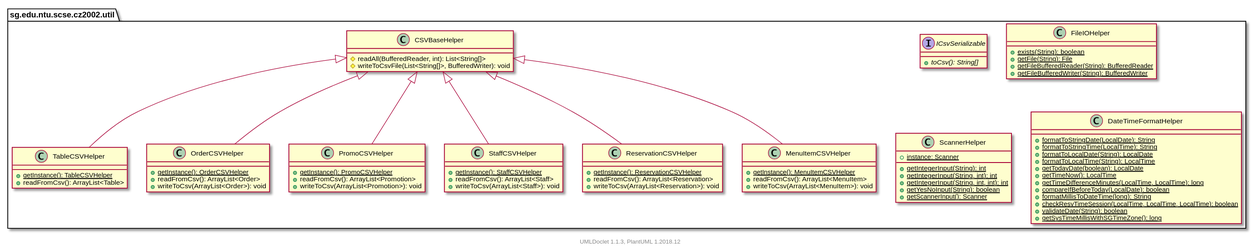
The PlantUML diagram projects/oodp/html/umlversion/uml/sg.edu.ntu.scse.cz2002.util.package.svg in itachi1706/How-to-use-Git-NTUSCSE1819-Site, before a commit.
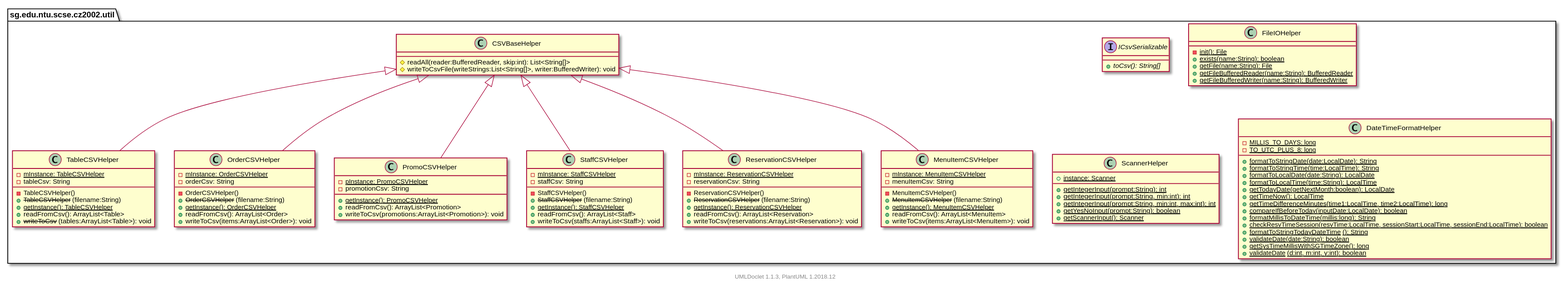
Later version of the same file.

Diff of the diagram source:
```diff
@@ -2,79 +2,107 @@
 
     namespace sg.edu.ntu.scse.cz2002.util {
 
-        class CSVBaseHelper {
-            #readAll(BufferedReader, int): List<String[]>
-            #writeToCsvFile(List<String[]>, BufferedWriter): void
+        class CSVBaseHelper [[../sg/edu/ntu/scse/cz2002/util/CSVBaseHelper.html]] {
+            #readAll(reader:BufferedReader, skip:int): List<String[]>
+            #writeToCsvFile(writeStrings:List<String[]>, writer:BufferedWriter): void
         }
 
-        class TableCSVHelper {
+        class TableCSVHelper [[../sg/edu/ntu/scse/cz2002/util/TableCSVHelper.html]] {
+            {static} -mInstance: TableCSVHelper
+            -tableCsv: String
+            -TableCSVHelper()
+            + --TableCSVHelper-- (filename:String)
             {static} +getInstance(): TableCSVHelper
             +readFromCsv(): ArrayList<Table>
+            + --writeToCsv-- (tables:ArrayList<Table>): void
         }
 
-        interface ICsvSerializable {
+        interface ICsvSerializable [[../sg/edu/ntu/scse/cz2002/util/ICsvSerializable.html]] {
             {abstract} +toCsv(): String[]
         }
 
-        class OrderCSVHelper {
+        class OrderCSVHelper [[../sg/edu/ntu/scse/cz2002/util/OrderCSVHelper.html]] {
+            {static} -mInstance: OrderCSVHelper
+            -orderCsv: String
+            -OrderCSVHelper()
+            + --OrderCSVHelper-- (filename:String)
             {static} +getInstance(): OrderCSVHelper
             +readFromCsv(): ArrayList<Order>
-            +writeToCsv(ArrayList<Order>): void
+            +writeToCsv(items:ArrayList<Order>): void
         }
 
-        class PromoCSVHelper {
+        class PromoCSVHelper [[../sg/edu/ntu/scse/cz2002/util/PromoCSVHelper.html]] {
+            {static} -pInstance: PromoCSVHelper
+            -promotionCsv: String
             {static} +getInstance(): PromoCSVHelper
             +readFromCsv(): ArrayList<Promotion>
-            +writeToCsv(ArrayList<Promotion>): void
+            +writeToCsv(promotions:ArrayList<Promotion>): void
         }
 
-        class StaffCSVHelper {
+        class StaffCSVHelper [[../sg/edu/ntu/scse/cz2002/util/StaffCSVHelper.html]] {
+            {static} -mInstance: StaffCSVHelper
+            -staffCsv: String
+            -StaffCSVHelper()
+            + --StaffCSVHelper-- (filename:String)
             {static} +getInstance(): StaffCSVHelper
             +readFromCsv(): ArrayList<Staff>
-            +writeToCsv(ArrayList<Staff>): void
+            +writeToCsv(staffs:ArrayList<Staff>): void
         }
 
-        class FileIOHelper {
-            {static} +exists(String): boolean
-            {static} +getFile(String): File
-            {static} +getFileBufferedReader(String): BufferedReader
-            {static} +getFileBufferedWriter(String): BufferedWriter
+        class FileIOHelper [[../sg/edu/ntu/scse/cz2002/util/FileIOHelper.html]] {
+            {static} -init(): File
+            {static} +exists(name:String): boolean
+            {static} +getFile(name:String): File
+            {static} +getFileBufferedReader(name:String): BufferedReader
+            {static} +getFileBufferedWriter(name:String): BufferedWriter
         }
 
-        class ReservationCSVHelper {
+        class ReservationCSVHelper [[../sg/edu/ntu/scse/cz2002/util/ReservationCSVHelper.html]] {
+            {static} -mInstance: ReservationCSVHelper
+            -reservationCsv: String
+            -ReservationCSVHelper()
+            + --ReservationCSVHelper-- (filename:String)
             {static} +getInstance(): ReservationCSVHelper
             +readFromCsv(): ArrayList<Reservation>
-            +writeToCsv(ArrayList<Reservation>): void
+            +writeToCsv(reservations:ArrayList<Reservation>): void
         }
 
-        class ScannerHelper {
+        class ScannerHelper [[../sg/edu/ntu/scse/cz2002/util/ScannerHelper.html]] {
             {static} +instance: Scanner
-            {static} +getIntegerInput(String): int
-            {static} +getIntegerInput(String, int): int
-            {static} +getIntegerInput(String, int, int): int
-            {static} +getYesNoInput(String): boolean
+            {static} +getIntegerInput(prompt:String): int
+            {static} +getIntegerInput(prompt:String, min:int): int
+            {static} +getIntegerInput(prompt:String, min:int, max:int): int
+            {static} +getYesNoInput(prompt:String): boolean
             {static} +getScannerInput(): Scanner
         }
 
-        class MenuItemCSVHelper {
+        class MenuItemCSVHelper [[../sg/edu/ntu/scse/cz2002/util/MenuItemCSVHelper.html]] {
+            {static} -mInstance: MenuItemCSVHelper
+            -menuItemCsv: String
+            -MenuItemCSVHelper()
+            + --MenuItemCSVHelper-- (filename:String)
             {static} +getInstance(): MenuItemCSVHelper
             +readFromCsv(): ArrayList<MenuItem>
-            +writeToCsv(ArrayList<MenuItem>): void
+            +writeToCsv(items:ArrayList<MenuItem>): void
         }
 
-        class DateTimeFormatHelper {
-            {static} +formatToStringDate(LocalDate): String
-            {static} +formatToStringTime(LocalTime): String
-            {static} +formatToLocalDate(String): LocalDate
-            {static} +formatToLocalTime(String): LocalTime
-            {static} +getTodayDate(boolean): LocalDate
+        class DateTimeFormatHelper [[../sg/edu/ntu/scse/cz2002/util/DateTimeFormatHelper.html]] {
+            {static} -MILLIS_TO_DAYS: long
+            {static} -TO_UTC_PLUS_8: long
+            {static} +formatToStringDate(date:LocalDate): String
+            {static} +formatToStringTime(time:LocalTime): String
+            {static} +formatToLocalDate(date:String): LocalDate
+            {static} +formatToLocalTime(time:String): LocalTime
+            {static} +getTodayDate(getNextMonth:boolean): LocalDate
             {static} +getTimeNow(): LocalTime
-            {static} +getTimeDifferenceMinutes(LocalTime, LocalTime): long
-            {static} +compareIfBeforeToday(LocalDate): boolean
-            {static} +formatMillisToDateTime(long): String
-            {static} +checkResvTimeSession(LocalTime, LocalTime, LocalTime): boolean
-            {static} +validateDate(String): boolean
+            {static} +getTimeDifferenceMinutes(time1:LocalTime, time2:LocalTime): long
+            {static} +compareIfBeforeToday(inputDate:LocalDate): boolean
+            {static} +formatMillisToDateTime(millis:long): String
+            {static} +checkResvTimeSession(resvTime:LocalTime, sessionStart:LocalTime, sessionEnd:LocalTime): boolean
+            {static} + --formatToStringTodayDateTime-- (): String
+            {static} +validateDate(date:String): boolean
             {static} +getSysTimeMillisWithSGTimeZone(): long
+            {static} + --validateDate-- (d:int, m:int, y:int): boolean
         }
 
         CSVBaseHelper <|-- TableCSVHelper
```
